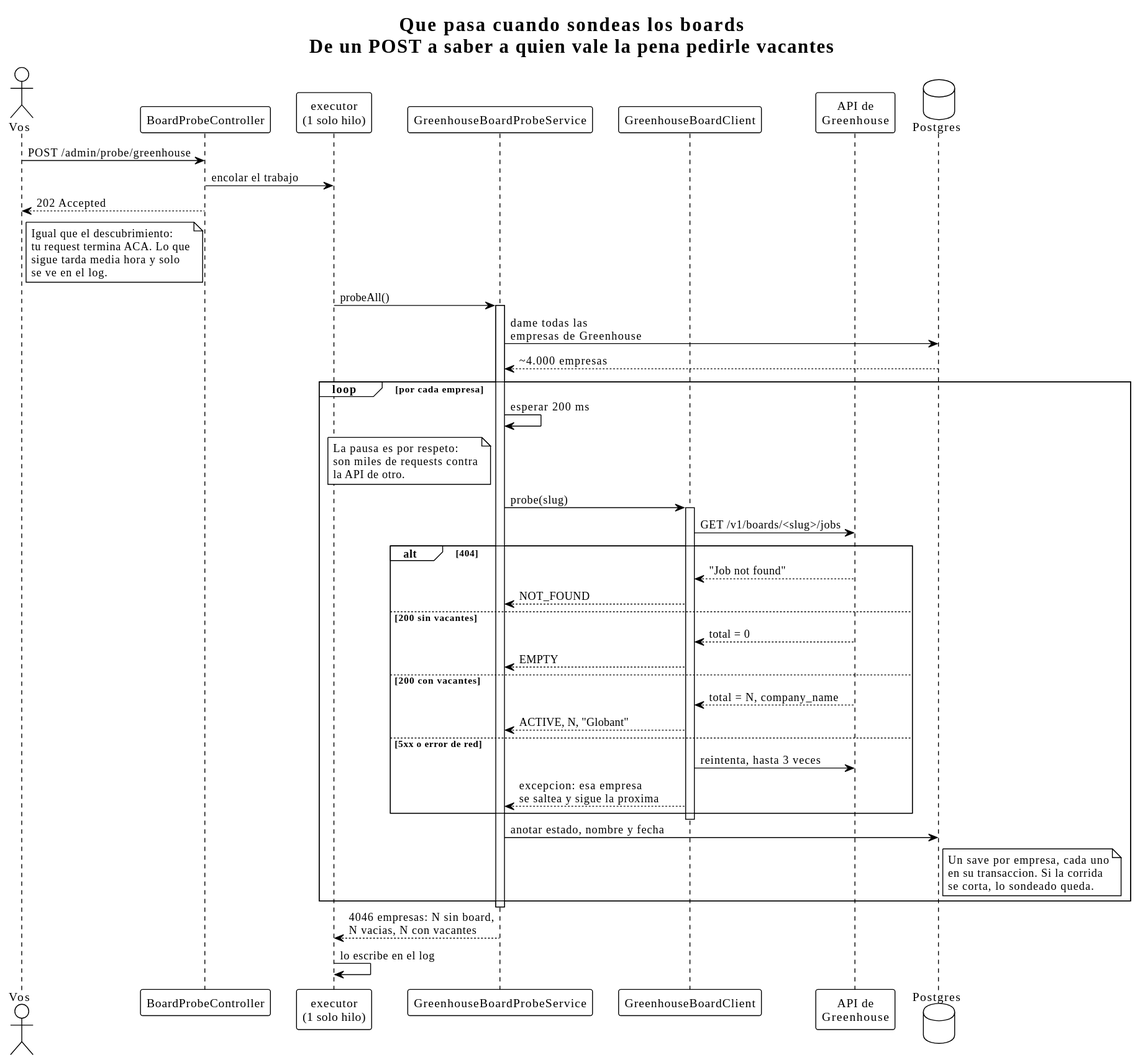
EliasNAires/oneprofile keeps this PlantUML diagram as docs/para-humanos/diagramas/flujo-sondeo.svg. Above is the earlier version.
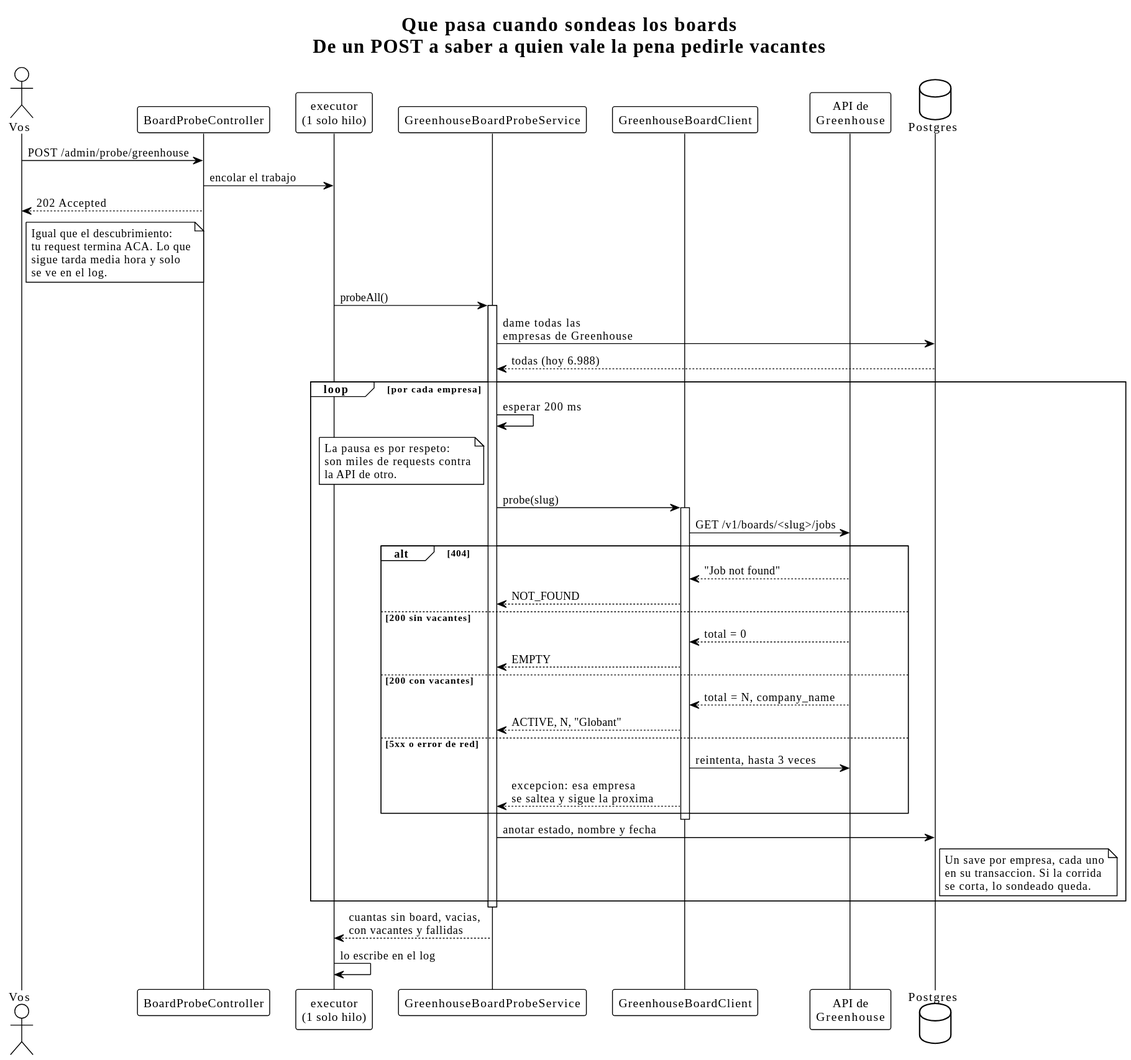
Above is the later version.

The edit, as a diff of the source:
```diff
@@ -26,7 +26,7 @@
 exec -> svc : probeAll()
 activate svc
 svc -> db : dame todas las\nempresas de Greenhouse
-db --> svc : ~4.000 empresas
+db --> svc : todas (hoy 6.988)
 
 loop por cada empresa
   svc -> svc : esperar 200 ms
@@ -64,6 +64,6 @@
 end
 
 deactivate svc
-svc --> exec : 4046 empresas: N sin board,\nN vacias, N con vacantes
+svc --> exec : cuantas sin board, vacias,\ncon vacantes y fallidas
 exec -> exec : lo escribe en el log
 @enduml
```
